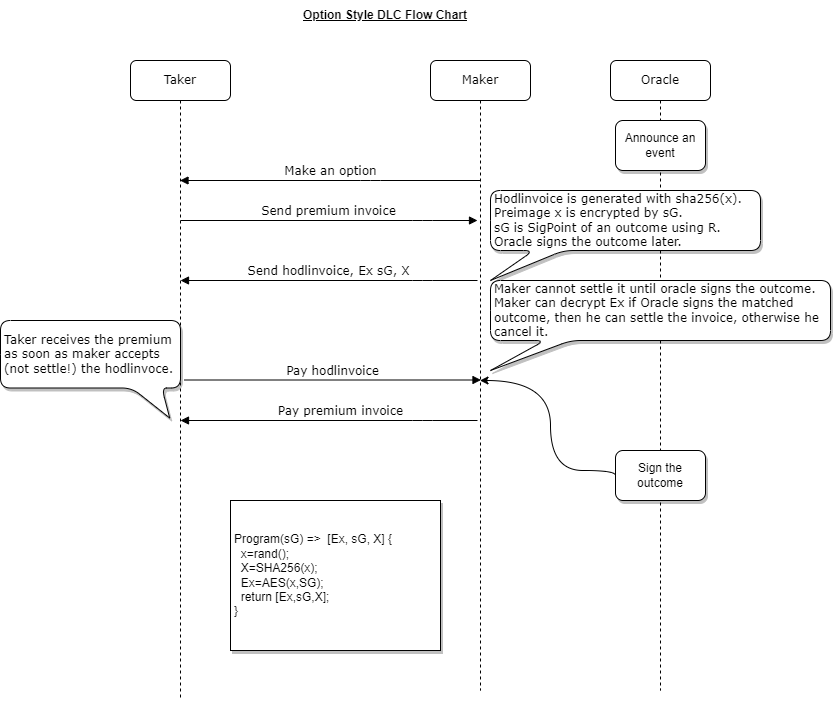
Earlier version of the draw.io export docs/OP_DLC_Diagram.png (yuyaogawa/dlc-ln). Source tidied: cells renumbered, new cells last; positions are measured from the earlier drawing's top-left corner, leaving out a move shared by most shapes.
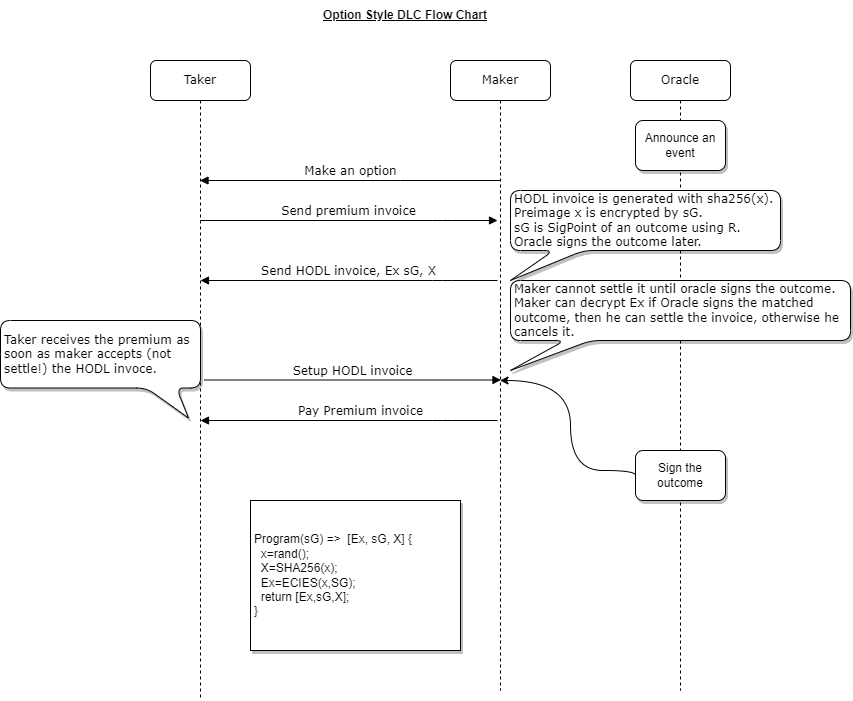
Above is the later version.

Change to the diagram source:
```diff
@@ -31,7 +31,7 @@
     <mxCell id="6" value="&lt;b&gt;&lt;u&gt;Option Style DLC Flow Chart&lt;/u&gt;&lt;/b&gt;" style="text;html=1;strokeColor=none;fillColor=none;align=center;verticalAlign=middle;whiteSpace=wrap;rounded=0;" parent="1" vertex="1">
       <mxGeometry x="220" width="330" height="30" as="geometry" />
     </mxCell>
-    <mxCell id="7" value="Pay premium invoice" style="html=1;verticalAlign=bottom;endArrow=block;labelBackgroundColor=none;fontFamily=Verdana;fontSize=12;edgeStyle=elbowEdgeStyle;elbow=vertical;startArrow=none;startFill=0;endFill=1;" parent="1" edge="1">
+    <mxCell id="7" value="Pay Premium invoice" style="html=1;verticalAlign=bottom;endArrow=block;labelBackgroundColor=none;fontFamily=Verdana;fontSize=12;edgeStyle=elbowEdgeStyle;elbow=vertical;startArrow=none;startFill=0;endFill=1;" parent="1" edge="1">
       <mxGeometry x="-0.08" relative="1" as="geometry">
         <mxPoint x="477" y="420" as="sourcePoint" />
         <mxPoint x="180" y="420" as="targetPoint" />
@@ -50,7 +50,7 @@
     <mxCell id="10" value="Announce an event" style="text;html=1;strokeColor=default;fillColor=default;align=center;verticalAlign=middle;whiteSpace=wrap;rounded=1;shadow=1;" parent="8" vertex="1">
       <mxGeometry x="5" y="60" width="90" height="50" as="geometry" />
     </mxCell>
-    <mxCell id="11" value="&lt;div&gt;Program(sG) =&amp;gt;&amp;nbsp; [Ex, sG, X] {&lt;/div&gt;&lt;div&gt;&amp;nbsp; x=rand();&lt;/div&gt;&lt;div&gt;&amp;nbsp; X=SHA256(x);&lt;/div&gt;&lt;div&gt;&amp;nbsp; Ex=AES(x,SG);&lt;/div&gt;&lt;div&gt;&amp;nbsp; return [Ex,sG,X];&lt;/div&gt;&lt;div&gt;}&lt;/div&gt;" style="text;html=1;strokeColor=default;fillColor=default;align=left;verticalAlign=middle;whiteSpace=wrap;rounded=0;shadow=1;spacingLeft=2;" parent="1" vertex="1">
+    <mxCell id="11" value="&lt;div&gt;Program(sG) =&amp;gt;&amp;nbsp; [Ex, sG, X] {&lt;/div&gt;&lt;div&gt;&amp;nbsp; x=rand();&lt;/div&gt;&lt;div&gt;&amp;nbsp; X=SHA256(x);&lt;/div&gt;&lt;div&gt;&amp;nbsp; Ex=ECIES(x,SG);&lt;/div&gt;&lt;div&gt;&amp;nbsp; return [Ex,sG,X];&lt;/div&gt;&lt;div&gt;}&lt;/div&gt;" style="text;html=1;strokeColor=default;fillColor=default;align=left;verticalAlign=middle;whiteSpace=wrap;rounded=0;shadow=1;spacingLeft=2;" parent="1" vertex="1">
       <mxGeometry x="230" y="500" width="210" height="150" as="geometry" />
     </mxCell>
     <mxCell id="12" value="Send premium&amp;nbsp;invoice" style="html=1;verticalAlign=bottom;endArrow=none;labelBackgroundColor=none;fontFamily=Verdana;fontSize=12;edgeStyle=elbowEdgeStyle;elbow=vertical;startArrow=block;startFill=1;endFill=0;" parent="1" edge="1">
@@ -63,7 +63,7 @@
         </Array>
       </mxGeometry>
     </mxCell>
-    <mxCell id="13" value="Send hodlinvoice, Ex sG, X" style="html=1;verticalAlign=bottom;endArrow=block;labelBackgroundColor=none;fontFamily=Verdana;fontSize=12;edgeStyle=elbowEdgeStyle;elbow=vertical;startArrow=none;startFill=0;endFill=1;" parent="1" edge="1">
+    <mxCell id="13" value="Send HODL invoice, Ex sG, X" style="html=1;verticalAlign=bottom;endArrow=block;labelBackgroundColor=none;fontFamily=Verdana;fontSize=12;edgeStyle=elbowEdgeStyle;elbow=vertical;startArrow=none;startFill=0;endFill=1;" parent="1" edge="1">
       <mxGeometry relative="1" as="geometry">
         <mxPoint x="477" y="280" as="sourcePoint" />
         <mxPoint x="180" y="280" as="targetPoint" />
@@ -73,7 +73,7 @@
         </Array>
       </mxGeometry>
     </mxCell>
-    <mxCell id="14" value="Pay hodlinvoice" style="html=1;verticalAlign=bottom;endArrow=none;labelBackgroundColor=none;fontFamily=Verdana;fontSize=12;edgeStyle=elbowEdgeStyle;elbow=vertical;startArrow=block;startFill=1;endFill=0;" parent="1" edge="1">
+    <mxCell id="14" value="Setup HODL invoice" style="html=1;verticalAlign=bottom;endArrow=none;labelBackgroundColor=none;fontFamily=Verdana;fontSize=12;edgeStyle=elbowEdgeStyle;elbow=vertical;startArrow=block;startFill=1;endFill=0;" parent="1" edge="1">
       <mxGeometry relative="1" as="geometry">
         <mxPoint x="480.5" y="379.5" as="sourcePoint" />
         <mxPoint x="183.5" y="379.5" as="targetPoint" />
@@ -83,14 +83,14 @@
         </Array>
       </mxGeometry>
     </mxCell>
-    <mxCell id="15" value="&lt;div&gt;&lt;span style=&quot;font-family: &amp;#34;verdana&amp;#34;&quot;&gt;Hodlinvoice is generated with sha256(x).&lt;/span&gt;&lt;/div&gt;&lt;span style=&quot;font-family: &amp;#34;verdana&amp;#34;&quot;&gt;&lt;div&gt;&lt;span&gt;Preimage x is encrypted by sG.&lt;/span&gt;&lt;/div&gt;&lt;div&gt;&lt;span&gt;sG is SigPoint of an outcome using R.&lt;/span&gt;&lt;/div&gt;&lt;div&gt;&lt;span&gt;Oracle signs the outcome later.&lt;/span&gt;&lt;/div&gt;&lt;/span&gt;" style="shape=callout;whiteSpace=wrap;html=1;perimeter=calloutPerimeter;position2=0;base=30;shadow=1;rounded=1;size=30;position=0.16;align=left;spacingLeft=2;" parent="1" vertex="1">
+    <mxCell id="15" value="&lt;div&gt;&lt;span style=&quot;font-family: &amp;#34;verdana&amp;#34;&quot;&gt;HODL invoice is generated with sha256(x).&lt;/span&gt;&lt;/div&gt;&lt;span style=&quot;font-family: &amp;#34;verdana&amp;#34;&quot;&gt;&lt;div&gt;&lt;span&gt;Preimage x is encrypted by sG.&lt;/span&gt;&lt;/div&gt;&lt;div&gt;&lt;span&gt;sG is SigPoint of an outcome using R.&lt;/span&gt;&lt;/div&gt;&lt;div&gt;&lt;span&gt;Oracle signs the outcome later.&lt;/span&gt;&lt;/div&gt;&lt;/span&gt;" style="shape=callout;whiteSpace=wrap;html=1;perimeter=calloutPerimeter;position2=0;base=30;shadow=1;rounded=1;size=30;position=0.16;align=left;spacingLeft=2;" parent="1" vertex="1">
       <mxGeometry x="490" y="190" width="270" height="90" as="geometry" />
     </mxCell>
-    <mxCell id="16" value="&lt;span style=&quot;font-family: &amp;#34;verdana&amp;#34;&quot;&gt;Maker cannot settle it until oracle signs the outcome.&lt;br&gt;Maker can decrypt Ex if Oracle signs the matched outcome, then he can settle the invoice, otherwise he cancel it.&lt;br&gt;&lt;/span&gt;" style="shape=callout;whiteSpace=wrap;html=1;perimeter=calloutPerimeter;position2=0;base=26;shadow=1;rounded=1;size=30;position=0.16;align=left;spacingLeft=2;" parent="1" vertex="1">
+    <mxCell id="16" value="&lt;span style=&quot;font-family: &amp;#34;verdana&amp;#34;&quot;&gt;Maker cannot settle it until oracle signs the outcome.&lt;br&gt;Maker can decrypt Ex if Oracle signs the matched outcome, then he can settle the invoice, otherwise he cancels it.&lt;br&gt;&lt;/span&gt;" style="shape=callout;whiteSpace=wrap;html=1;perimeter=calloutPerimeter;position2=0;base=26;shadow=1;rounded=1;size=30;position=0.16;align=left;spacingLeft=2;" parent="1" vertex="1">
       <mxGeometry x="490" y="280" width="340" height="90" as="geometry" />
     </mxCell>
-    <mxCell id="17" value="&lt;span style=&quot;font-family: &amp;#34;verdana&amp;#34;&quot;&gt;Taker receives the premium as soon as maker accepts (not settle!) the hodlinvoce.&lt;br&gt;&lt;/span&gt;" style="shape=callout;whiteSpace=wrap;html=1;perimeter=calloutPerimeter;position2=0.94;base=30;shadow=1;rounded=1;size=30;position=0.73;align=left;spacingLeft=2;" parent="1" vertex="1">
-      <mxGeometry y="320" width="180" height="97.5" as="geometry" />
+    <mxCell id="17" value="&lt;span style=&quot;font-family: &amp;#34;verdana&amp;#34;&quot;&gt;Taker receives the premium as soon as maker accepts (not settle!) the HODL invoce.&lt;br&gt;&lt;/span&gt;" style="shape=callout;whiteSpace=wrap;html=1;perimeter=calloutPerimeter;position2=0.94;base=30;shadow=1;rounded=1;size=30;position=0.73;align=left;spacingLeft=2;" parent="1" vertex="1">
+      <mxGeometry x="-20" y="320" width="200" height="97.5" as="geometry" />
     </mxCell>
   </root>
 </mxGraphModel>
```
